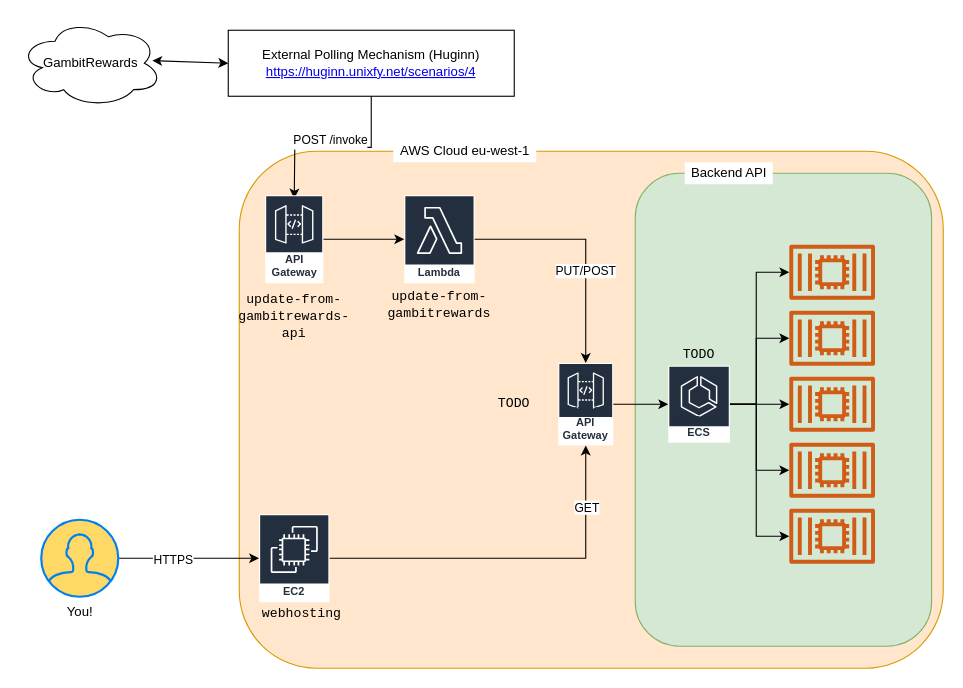
This is architecture-diagram.drawio from unixfy/gambitprofit-api-backend, a draw.io file, before an edit. Source tidied: cells renumbered, new cells numbered last; positions are measured from the earlier drawing's top-left corner, leaving out a move shared by most shapes. Both pictures are drawn from the tidied source at 110%, with x=0, y=0 at pixel (19, 19).
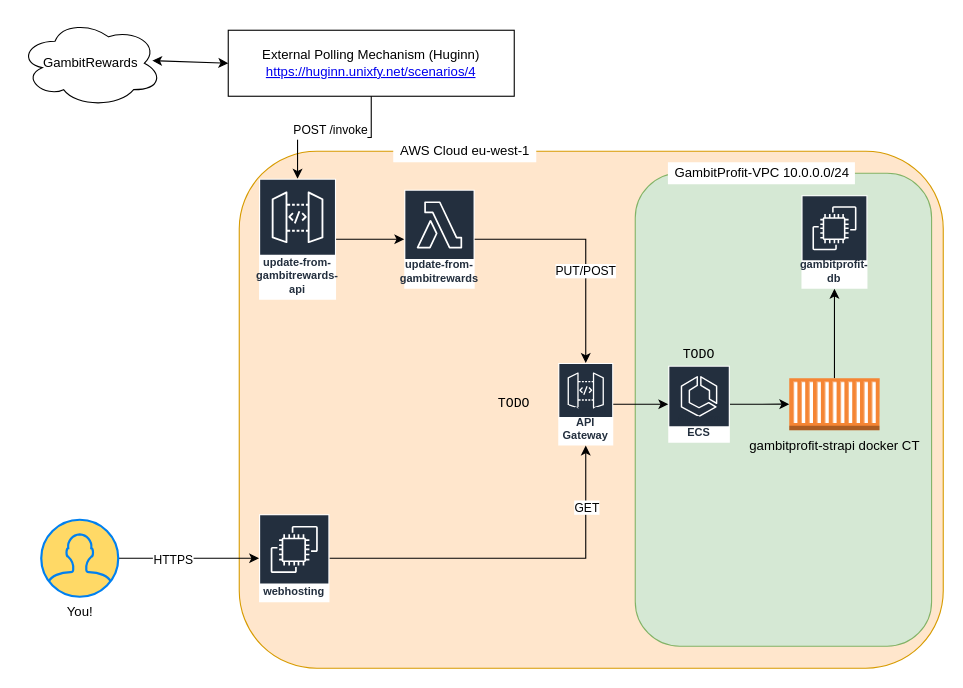
Above is the later version.

Commit message:
update architecture diagram

The change refers to these unchanged cells:
```xml
<mxCell id="2" value="External Polling Mechanism (Huginn)&lt;br&gt;&lt;a href=&quot;https://huginn.unixfy.net/scenarios/4&quot;&gt;https://huginn.unixfy.net/scenarios/4&lt;/a&gt;" style="rounded=0;whiteSpace=wrap;html=1;" parent="1" vertex="1">
  <mxGeometry x="190" y="10" width="260" height="60" as="geometry" />
</mxCell>
<mxCell id="7" style="group;" parent="1" vertex="1">
  <mxGeometry x="520" y="130" width="309.4" height="440" as="geometry" />
</mxCell>
<mxCell id="15" value="Amazon ECS" style="outlineConnect=0;fontColor=#232F3E;gradientColor=none;strokeColor=#ffffff;fillColor=#232F3E;dashed=0;verticalLabelPosition=middle;verticalAlign=bottom;align=center;html=1;whiteSpace=wrap;fontSize=10;fontStyle=1;spacing=3;shape=mxgraph.aws4.productIcon;prIcon=mxgraph.aws4.ecs;" parent="7" vertex="1">
  <mxGeometry x="70" y="185" width="56" height="70" as="geometry" />
</mxCell>
```

Diff of the diagram source:
```diff
@@
-    <mxCell id="9" value="Backend API" style="text;html=1;align=center;verticalAlign=middle;fillColor=#ffffff;" parent="7" vertex="1">
-      <mxGeometry x="85" width="80" height="20" as="geometry" />
+    <mxCell id="9" value="GambitProfit-VPC 10.0.0.0/24" style="text;html=1;align=center;verticalAlign=middle;fillColor=#ffffff;" parent="7" vertex="1">
+      <mxGeometry x="69.7" width="170" height="20" as="geometry" />
     </mxCell>
-    <mxCell id="10" style="edgeStyle=orthogonalEdgeStyle;rounded=0;jettySize=auto;html=1;" parent="7" edge="1" source="15" target="19">
-      <mxGeometry relative="1" as="geometry" />
+    <mxCell id="10" style="edgeStyle=orthogonalEdgeStyle;rounded=0;jettySize=auto;html=1;" parent="7" edge="1" source="15">
+      <mxGeometry relative="1" as="geometry">
+        <mxPoint x="180" y="219.9" as="targetPoint" />
+      </mxGeometry>
     </mxCell>
-    <mxCell id="11" style="edgeStyle=orthogonalEdgeStyle;rounded=0;jettySize=auto;html=1;" parent="7" edge="1" source="15" target="18">
-      <mxGeometry relative="1" as="geometry">
-        <Array as="points">
-          <mxPoint x="150" y="220" />
-          <mxPoint x="150" y="160" />
-        </Array>
-      </mxGeometry>
-    </mxCell>
-    <mxCell id="12" style="edgeStyle=orthogonalEdgeStyle;rounded=0;jettySize=auto;html=1;" parent="7" edge="1" source="15" target="17">
-      <mxGeometry relative="1" as="geometry">
-        <Array as="points">
-          <mxPoint x="150" y="220" />
-          <mxPoint x="150" y="100" />
-        </Array>
-      </mxGeometry>
-    </mxCell>
-    <mxCell id="13" style="edgeStyle=orthogonalEdgeStyle;rounded=0;jettySize=auto;html=1;" parent="7" edge="1" source="15" target="20">
-      <mxGeometry relative="1" as="geometry">
-        <Array as="points">
-          <mxPoint x="150" y="220" />
-          <mxPoint x="150" y="280" />
-        </Array>
-      </mxGeometry>
-    </mxCell>
-    <mxCell id="14" style="edgeStyle=orthogonalEdgeStyle;rounded=0;jettySize=auto;html=1;" parent="7" edge="1" source="15" target="21">
-      <mxGeometry relative="1" as="geometry">
-        <Array as="points">
-          <mxPoint x="150" y="220" />
-          <mxPoint x="150" y="340" />
-        </Array>
-      </mxGeometry>
-    </mxCell>
@@
-    <mxCell id="16" style="group;" parent="7" vertex="1">
-      <mxGeometry x="180" y="75" width="78" height="290" as="geometry" />
-    </mxCell>
-    <mxCell id="17" style="outlineConnect=0;fontColor=#232F3E;gradientColor=none;fillColor=#D05C17;strokeColor=none;dashed=0;verticalLabelPosition=bottom;verticalAlign=top;align=center;html=1;fontSize=12;fontStyle=0;shape=mxgraph.aws4.container_2;" parent="16" vertex="1">
-      <mxGeometry width="78" height="50" as="geometry" />
-    </mxCell>
-    <mxCell id="18" style="outlineConnect=0;fontColor=#232F3E;gradientColor=none;fillColor=#D05C17;strokeColor=none;dashed=0;verticalLabelPosition=bottom;verticalAlign=top;align=center;html=1;fontSize=12;fontStyle=0;shape=mxgraph.aws4.container_2;" parent="16" vertex="1">
-      <mxGeometry y="60" width="78" height="50" as="geometry" />
-    </mxCell>
-    <mxCell id="19" style="outlineConnect=0;fontColor=#232F3E;gradientColor=none;fillColor=#D05C17;strokeColor=none;dashed=0;verticalLabelPosition=bottom;verticalAlign=top;align=center;html=1;fontSize=12;fontStyle=0;shape=mxgraph.aws4.container_2;" parent="16" vertex="1">
-      <mxGeometry y="120" width="78" height="50" as="geometry" />
-    </mxCell>
-    <mxCell id="20" style="outlineConnect=0;fontColor=#232F3E;gradientColor=none;fillColor=#D05C17;strokeColor=none;dashed=0;verticalLabelPosition=bottom;verticalAlign=top;align=center;html=1;fontSize=12;fontStyle=0;shape=mxgraph.aws4.container_2;" parent="16" vertex="1">
-      <mxGeometry y="180" width="78" height="50" as="geometry" />
-    </mxCell>
-    <mxCell id="21" style="outlineConnect=0;fontColor=#232F3E;gradientColor=none;fillColor=#D05C17;strokeColor=none;dashed=0;verticalLabelPosition=bottom;verticalAlign=top;align=center;html=1;fontSize=12;fontStyle=0;shape=mxgraph.aws4.container_2;" parent="16" vertex="1">
-      <mxGeometry y="240" width="78" height="50" as="geometry" />
-    </mxCell>
@@
+    <mxCell id="42" style="edgeStyle=orthogonalEdgeStyle;rounded=0;jettySize=auto;html=1;" parent="7" edge="1" source="43" target="44">
+      <mxGeometry relative="1" as="geometry" />
+    </mxCell>
+    <mxCell id="43" value="gambitprofit-strapi docker CT" style="outlineConnect=0;dashed=0;verticalLabelPosition=bottom;verticalAlign=top;align=center;html=1;shape=mxgraph.aws3.ec2_compute_container;fillColor=#F58534;gradientColor=none;" parent="7" vertex="1">
+      <mxGeometry x="180" y="196.4" width="82.2" height="47.2" as="geometry" />
+    </mxCell>
+    <mxCell id="44" value="gambitprofit-db" style="outlineConnect=0;fontColor=#232F3E;gradientColor=none;strokeColor=#ffffff;fillColor=#232F3E;dashed=0;verticalLabelPosition=middle;verticalAlign=bottom;align=center;html=1;whiteSpace=wrap;fontSize=10;fontStyle=1;spacing=3;shape=mxgraph.aws4.productIcon;prIcon=mxgraph.aws4.ec2;" parent="7" vertex="1">
+      <mxGeometry x="191.1" y="30" width="60" height="85" as="geometry" />
+    </mxCell>
-    <mxCell id="23" value="AWS Lambda" style="outlineConnect=0;fontColor=#232F3E;gradientColor=none;strokeColor=#ffffff;fillColor=#232F3E;dashed=0;verticalLabelPosition=middle;verticalAlign=bottom;align=center;html=1;whiteSpace=wrap;fontSize=10;fontStyle=1;spacing=3;shape=mxgraph.aws4.productIcon;prIcon=mxgraph.aws4.lambda;" parent="1" vertex="1">
-      <mxGeometry x="350" y="160" width="64" height="80" as="geometry" />
+    <mxCell id="23" value="update-from-gambitrewards" style="outlineConnect=0;fontColor=#232F3E;gradientColor=none;strokeColor=#ffffff;fillColor=#232F3E;dashed=0;verticalLabelPosition=middle;verticalAlign=bottom;align=center;html=1;whiteSpace=wrap;fontSize=10;fontStyle=1;spacing=3;shape=mxgraph.aws4.productIcon;prIcon=mxgraph.aws4.lambda;" parent="1" vertex="1">
+      <mxGeometry x="350" y="155" width="64" height="90" as="geometry" />
     </mxCell>
@@
-    <mxCell id="26" style="edgeStyle=orthogonalEdgeStyle;rounded=0;jettySize=auto;html=1;entryX=0.5;entryY=0;entryDx=0;entryDy=0;entryPerimeter=0;" parent="1" edge="1" source="2">
-      <mxGeometry relative="1" as="geometry">
-        <mxPoint x="250" y="163" as="targetPoint" />
-      </mxGeometry>
+    <mxCell id="26" style="edgeStyle=orthogonalEdgeStyle;rounded=0;jettySize=auto;html=1;" parent="1" edge="1" source="2" target="37">
+      <mxGeometry relative="1" as="geometry" />
     </mxCell>
@@
-    <mxCell id="32" value="Amazon EC2" style="outlineConnect=0;fontColor=#232F3E;gradientColor=none;strokeColor=#ffffff;fillColor=#232F3E;dashed=0;verticalLabelPosition=middle;verticalAlign=bottom;align=center;html=1;whiteSpace=wrap;fontSize=10;fontStyle=1;spacing=3;shape=mxgraph.aws4.productIcon;prIcon=mxgraph.aws4.ec2;" parent="1" vertex="1">
+    <mxCell id="32" value="webhosting" style="outlineConnect=0;fontColor=#232F3E;gradientColor=none;strokeColor=#ffffff;fillColor=#232F3E;dashed=0;verticalLabelPosition=middle;verticalAlign=bottom;align=center;html=1;whiteSpace=wrap;fontSize=10;fontStyle=1;spacing=3;shape=mxgraph.aws4.productIcon;prIcon=mxgraph.aws4.ec2;" parent="1" vertex="1">
       <mxGeometry x="218" y="450" width="64" height="80" as="geometry" />
     </mxCell>
@@
-    <mxCell id="37" value="Amazon API Gateway" style="outlineConnect=0;fontColor=#232F3E;gradientColor=none;strokeColor=#ffffff;fillColor=#232F3E;dashed=0;verticalLabelPosition=middle;verticalAlign=bottom;align=center;html=1;whiteSpace=wrap;fontSize=10;fontStyle=1;spacing=3;shape=mxgraph.aws4.productIcon;prIcon=mxgraph.aws4.api_gateway;" parent="1" vertex="1">
-      <mxGeometry x="223.5" y="160" width="52.9" height="80" as="geometry" />
+    <mxCell id="37" value="update-from-gambitrewards-api" style="outlineConnect=0;fontColor=#232F3E;gradientColor=none;strokeColor=#ffffff;fillColor=#232F3E;dashed=0;verticalLabelPosition=middle;verticalAlign=bottom;align=center;html=1;whiteSpace=wrap;fontSize=10;fontStyle=1;spacing=3;shape=mxgraph.aws4.productIcon;prIcon=mxgraph.aws4.api_gateway;" parent="1" vertex="1">
+      <mxGeometry x="218" y="145" width="70" height="110" as="geometry" />
     </mxCell>
-    <mxCell id="38" value="&lt;font face=&quot;Courier New&quot;&gt;update-from-gambitrewards-api&lt;/font&gt;" style="text;html=1;strokeColor=none;fillColor=none;align=center;verticalAlign=middle;whiteSpace=wrap;rounded=0;" parent="1" vertex="1">
-      <mxGeometry x="230" y="260" width="40" height="20" as="geometry" />
-    </mxCell>
-    <mxCell id="39" value="update-from-gambitrewards" style="text;html=1;strokeColor=none;fillColor=none;align=center;verticalAlign=middle;whiteSpace=wrap;rounded=0;fontFamily=Courier New;" parent="1" vertex="1">
-      <mxGeometry x="362" y="250" width="40" height="20" as="geometry" />
-    </mxCell>
-    <mxCell id="40" value="&lt;font face=&quot;Courier New&quot;&gt;webhosting&lt;/font&gt;" style="text;html=1;strokeColor=none;fillColor=none;align=center;verticalAlign=middle;whiteSpace=wrap;rounded=0;" parent="1" vertex="1">
-      <mxGeometry x="236.5" y="530" width="40" height="20" as="geometry" />
-    </mxCell>
```
